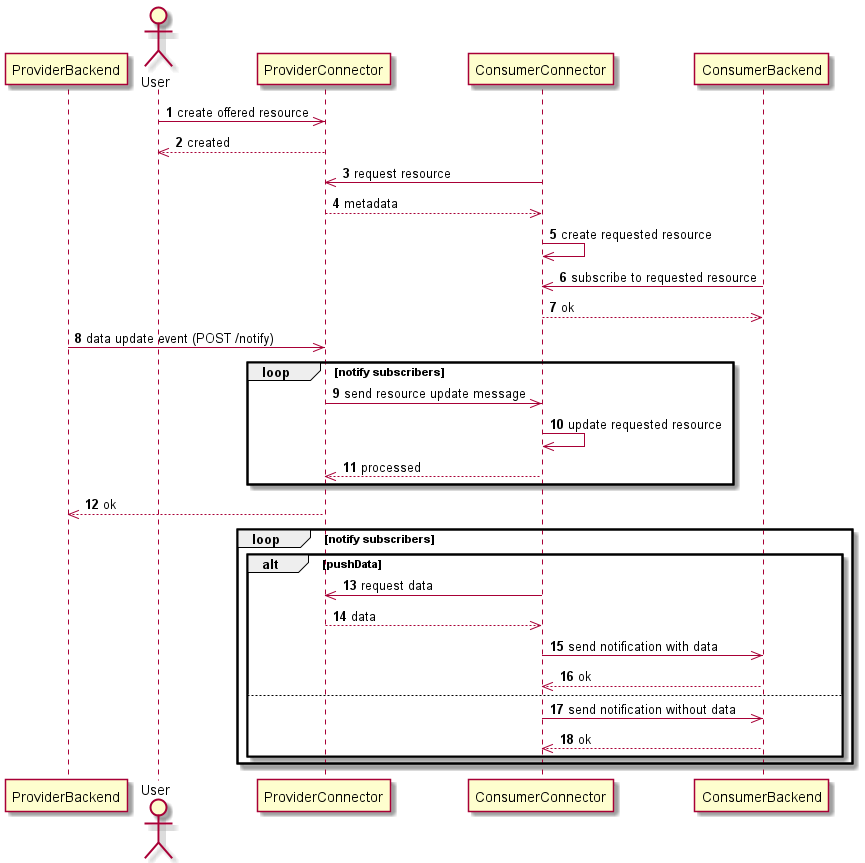
The PlantUML diagram docs/assets/images/diagram/subscription_sequence.png in FraunhoferISST/DataspaceConnector, before a commit.
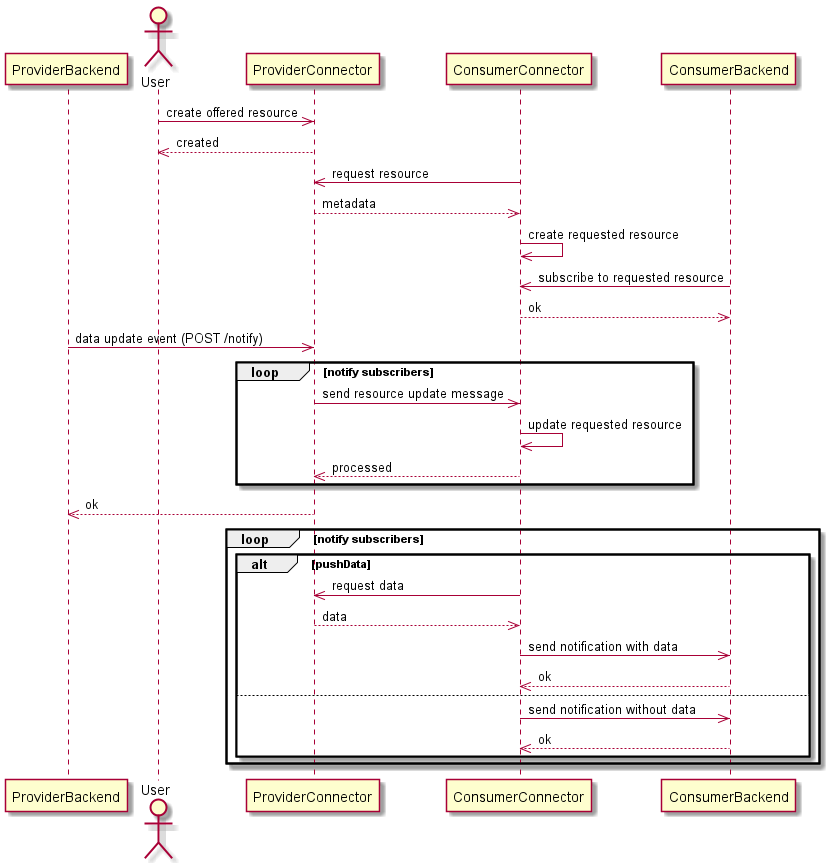
Above is the later version.

What changed in the source:
```diff
@@ -4,7 +4,6 @@
 participant ProviderConnector
 participant ConsumerConnector
 participant ConsumerBackend
-autonumber
 User->>ProviderConnector: create offered resource
 ProviderConnector-->>User: created
 ConsumerConnector->>ProviderConnector: request resource
```
